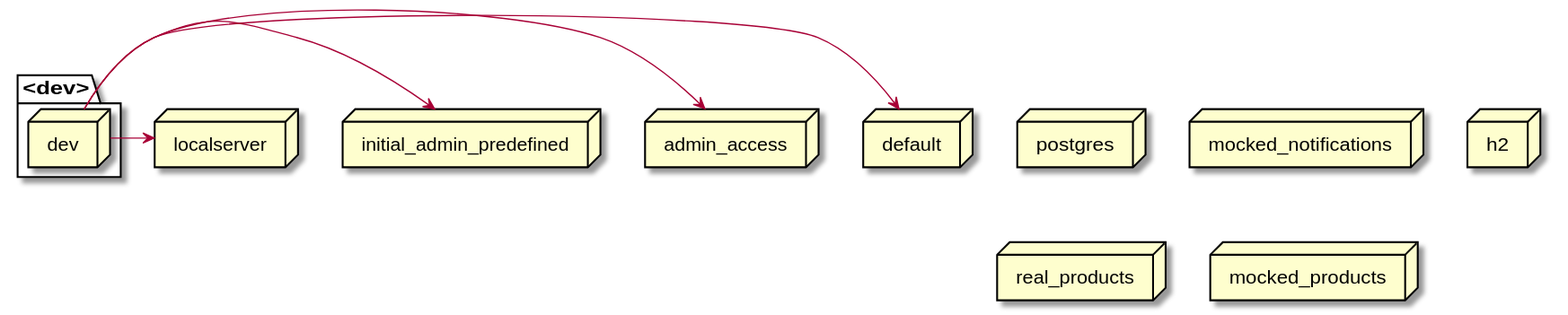
mercedes-benz/sechub keeps this PlantUML diagram as docs/latest/images/gen_springprofiles-dev.svg. Above is the earlier version.
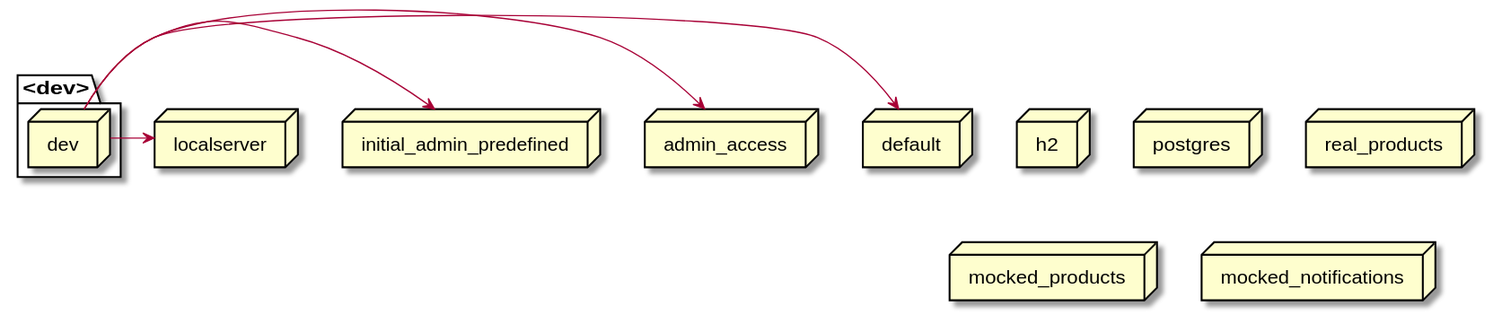
The same file after the commit.

Diff of the diagram source:
```diff
@@ -1,16 +1,16 @@
 @startuml
+node h2
 node postgres
-node mocked_notifications
-node admin_access
-node h2
+node initial_admin_predefined
+node real_products
 package <dev>{
    node dev
 }
 node localserver
-node real_products
-node initial_admin_predefined
+node default
+node admin_access
 node mocked_products
-node default
+node mocked_notifications
 dev -> localserver
 dev -> initial_admin_predefined
 dev -> admin_access
```
